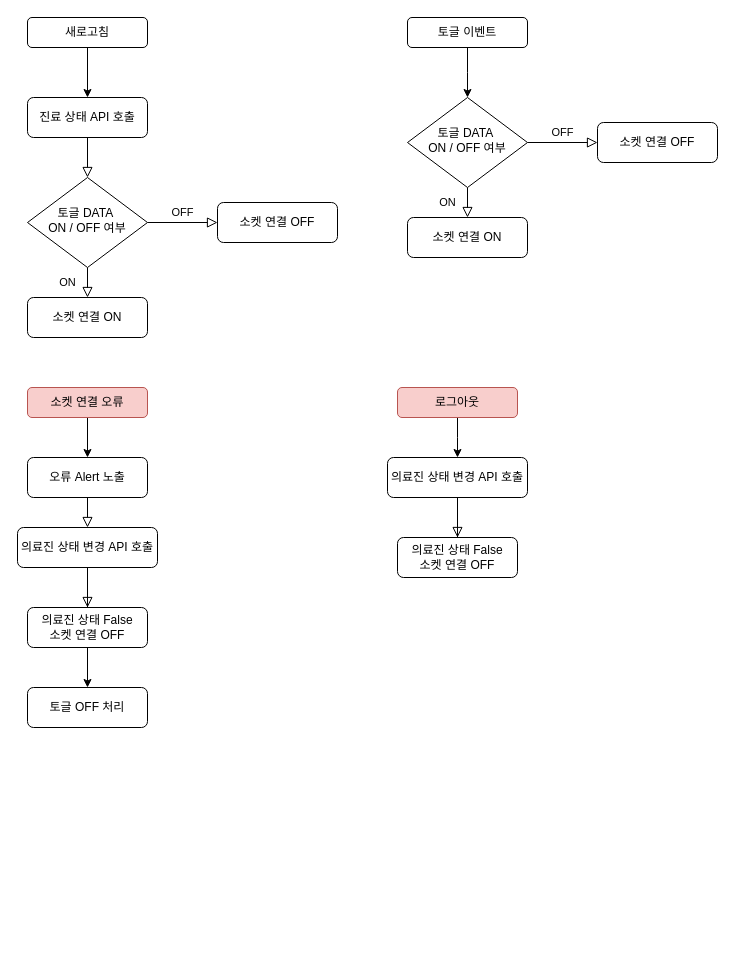
Above: Untitled Diagram.drawio in jazzIron/diagrams-repo (draw.io), before the change. Source tidied: cells renumbered, new cells numbered last; positions are measured from the earlier drawing's top-left corner, leaving out a move shared by most shapes. Both pictures are drawn from the tidied source at 100%, with x=0, y=0 at pixel (17, 17).
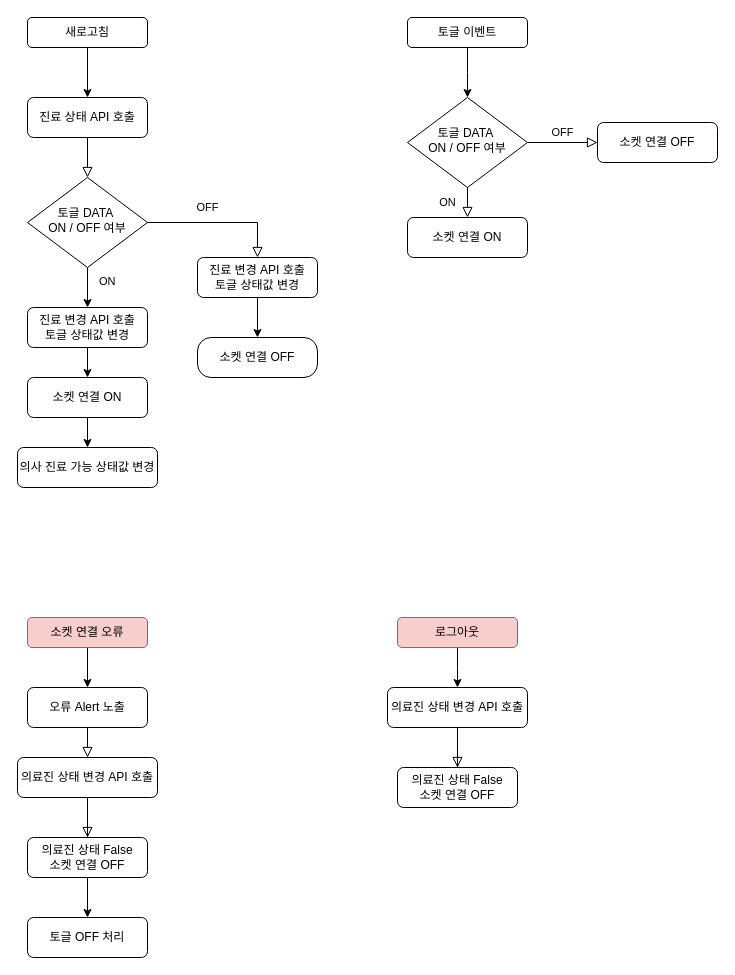
After the change.

Unchanged cells that the change refers to:
```xml
<mxCell id="6" value="토글 DATA&amp;nbsp;&lt;br&gt;ON / OFF 여부" style="rhombus;whiteSpace=wrap;html=1;shadow=0;fontFamily=Helvetica;fontSize=12;align=center;strokeWidth=1;spacing=6;spacingTop=-4;" parent="1" vertex="1">
  <mxGeometry x="10" y="160" width="120" height="90" as="geometry" />
</mxCell>
```

What changed in the source:
```diff
@@
-    <mxCell id="4" value="ON" style="rounded=0;html=1;jettySize=auto;fontSize=11;endArrow=block;endFill=0;endSize=8;strokeWidth=1;shadow=0;labelBackgroundColor=none;edgeStyle=orthogonalEdgeStyle;entryX=0.5;entryY=0;entryDx=0;entryDy=0;" parent="1" edge="1" source="6" target="8">
-      <mxGeometry y="20" relative="1" as="geometry" />
-    </mxCell>
-    <mxCell id="5" value="OFF" style="edgeStyle=orthogonalEdgeStyle;rounded=0;html=1;jettySize=auto;fontSize=11;endArrow=block;endFill=0;endSize=8;strokeWidth=1;shadow=0;labelBackgroundColor=none;" parent="1" edge="1" source="6" target="7">
-      <mxGeometry y="10" relative="1" as="geometry" />
+    <mxCell id="5" value="OFF" style="edgeStyle=orthogonalEdgeStyle;rounded=0;html=1;jettySize=auto;fontSize=11;endArrow=block;endFill=0;endSize=8;strokeWidth=1;shadow=0;labelBackgroundColor=none;entryX=0.5;entryY=0;entryDx=0;entryDy=0;" parent="1" edge="1" source="6" target="38">
+      <mxGeometry x="-0.17" y="15" relative="1" as="geometry" />
     </mxCell>
+    <mxCell id="32" style="edgeStyle=orthogonalEdgeStyle;rounded=0;jettySize=auto;html=1;" parent="1" edge="1" source="6" target="35">
+      <mxGeometry relative="1" as="geometry" />
+    </mxCell>
@@
-    <mxCell id="7" value="소켓 연결 OFF" style="rounded=1;whiteSpace=wrap;html=1;fontSize=12;glass=0;strokeWidth=1;shadow=0;" parent="1" vertex="1">
-      <mxGeometry x="200" y="185" width="120" height="40" as="geometry" />
+    <mxCell id="7" value="소켓 연결 OFF" style="rounded=1;whiteSpace=wrap;html=1;fontSize=12;glass=0;strokeWidth=1;shadow=0;arcSize=34;" parent="1" vertex="1">
+      <mxGeometry x="180" y="320" width="120" height="40" as="geometry" />
     </mxCell>
+    <mxCell id="33" style="edgeStyle=orthogonalEdgeStyle;rounded=0;jettySize=auto;html=1;" parent="1" edge="1" source="8" target="36">
+      <mxGeometry relative="1" as="geometry" />
+    </mxCell>
     <mxCell id="8" value="소켓 연결 ON" style="rounded=1;whiteSpace=wrap;html=1;fontSize=12;glass=0;strokeWidth=1;shadow=0;" parent="1" vertex="1">
-      <mxGeometry x="10" y="280" width="120" height="40" as="geometry" />
+      <mxGeometry x="10" y="360" width="120" height="40" as="geometry" />
     </mxCell>
@@
     <mxCell id="18" value="오류 Alert 노출" style="rounded=1;whiteSpace=wrap;html=1;fontSize=12;glass=0;strokeWidth=1;shadow=0;" parent="1" vertex="1">
-      <mxGeometry x="10" y="440" width="120" height="40" as="geometry" />
+      <mxGeometry x="10" y="670" width="120" height="40" as="geometry" />
     </mxCell>
@@
     <mxCell id="20" style="edgeStyle=orthogonalEdgeStyle;rounded=0;html=1;jettySize=auto;fontSize=11;endArrow=block;endFill=0;endSize=8;strokeWidth=1;shadow=0;labelBackgroundColor=none;" parent="1" edge="1" target="22">
       <mxGeometry y="10" relative="1" as="geometry">
-        <mxPoint x="70" y="590" as="sourcePoint" />
+        <mxPoint x="70" y="820" as="sourcePoint" />
         <Array as="points">
-          <mxPoint x="70" y="550" />
-          <mxPoint x="70" y="550" />
+          <mxPoint x="70" y="780" />
+          <mxPoint x="70" y="780" />
         </Array>
       </mxGeometry>
     </mxCell>
@@
     <mxCell id="22" value="의료진 상태 False&lt;br&gt;소켓 연결 OFF" style="rounded=1;whiteSpace=wrap;html=1;fontSize=12;glass=0;strokeWidth=1;shadow=0;" parent="1" vertex="1">
-      <mxGeometry x="10" y="590" width="120" height="40" as="geometry" />
+      <mxGeometry x="10" y="820" width="120" height="40" as="geometry" />
     </mxCell>
     <mxCell id="23" value="의료진 상태 변경 API 호출" style="rounded=1;whiteSpace=wrap;html=1;fontSize=12;glass=0;strokeWidth=1;shadow=0;" parent="1" vertex="1">
-      <mxGeometry y="510" width="140" height="40" as="geometry" />
+      <mxGeometry y="740" width="140" height="40" as="geometry" />
     </mxCell>
@@
     <mxCell id="25" value="소켓 연결 오류" style="rounded=1;whiteSpace=wrap;html=1;fontSize=12;glass=0;strokeWidth=1;shadow=0;fillColor=#f8cecc;strokeColor=#b85450;" parent="1" vertex="1">
-      <mxGeometry x="10" y="370" width="120" height="30" as="geometry" />
+      <mxGeometry x="10" y="600" width="120" height="30" as="geometry" />
     </mxCell>
     <mxCell id="26" value="토글 OFF 처리" style="rounded=1;whiteSpace=wrap;html=1;fontSize=12;glass=0;strokeWidth=1;shadow=0;" parent="1" vertex="1">
-      <mxGeometry x="10" y="670" width="120" height="40" as="geometry" />
+      <mxGeometry x="10" y="900" width="120" height="40" as="geometry" />
     </mxCell>
     <mxCell id="27" style="edgeStyle=orthogonalEdgeStyle;rounded=0;html=1;jettySize=auto;fontSize=11;endArrow=block;endFill=0;endSize=8;strokeWidth=1;shadow=0;labelBackgroundColor=none;" parent="1" edge="1" target="28">
       <mxGeometry y="10" relative="1" as="geometry">
-        <mxPoint x="440" y="520" as="sourcePoint" />
+        <mxPoint x="440" y="750" as="sourcePoint" />
         <Array as="points">
-          <mxPoint x="440" y="480" />
-          <mxPoint x="440" y="480" />
+          <mxPoint x="440" y="710" />
+          <mxPoint x="440" y="710" />
         </Array>
       </mxGeometry>
     </mxCell>
     <mxCell id="28" value="의료진 상태 False&lt;br&gt;소켓 연결 OFF" style="rounded=1;whiteSpace=wrap;html=1;fontSize=12;glass=0;strokeWidth=1;shadow=0;" parent="1" vertex="1">
-      <mxGeometry x="380" y="520" width="120" height="40" as="geometry" />
+      <mxGeometry x="380" y="750" width="120" height="40" as="geometry" />
     </mxCell>
     <mxCell id="29" value="의료진 상태 변경 API 호출" style="rounded=1;whiteSpace=wrap;html=1;fontSize=12;glass=0;strokeWidth=1;shadow=0;" parent="1" vertex="1">
-      <mxGeometry x="370" y="440" width="140" height="40" as="geometry" />
+      <mxGeometry x="370" y="670" width="140" height="40" as="geometry" />
     </mxCell>
     <mxCell id="30" style="edgeStyle=orthogonalEdgeStyle;rounded=0;jettySize=auto;html=1;entryX=0.5;entryY=0;entryDx=0;entryDy=0;" parent="1" edge="1" source="31">
       <mxGeometry relative="1" as="geometry">
-        <mxPoint x="440" y="440" as="targetPoint" />
+        <mxPoint x="440" y="670" as="targetPoint" />
       </mxGeometry>
     </mxCell>
     <mxCell id="31" value="로그아웃" style="rounded=1;whiteSpace=wrap;html=1;fontSize=12;glass=0;strokeWidth=1;shadow=0;fillColor=#f8cecc;strokeColor=#b85450;" parent="1" vertex="1">
-      <mxGeometry x="380" y="370" width="120" height="30" as="geometry" />
+      <mxGeometry x="380" y="600" width="120" height="30" as="geometry" />
     </mxCell>
+    <mxCell id="34" style="edgeStyle=orthogonalEdgeStyle;rounded=0;jettySize=auto;html=1;" parent="1" edge="1" source="35" target="8">
+      <mxGeometry relative="1" as="geometry" />
+    </mxCell>
+    <mxCell id="35" value="진료 변경 API 호출&lt;br&gt;토글 상태값 변경" style="rounded=1;whiteSpace=wrap;html=1;fontSize=12;glass=0;strokeWidth=1;shadow=0;" parent="1" vertex="1">
+      <mxGeometry x="10" y="290" width="120" height="40" as="geometry" />
+    </mxCell>
+    <mxCell id="36" value="의사 진료 가능 상태값 변경" style="rounded=1;whiteSpace=wrap;html=1;fontSize=12;glass=0;strokeWidth=1;shadow=0;" parent="1" vertex="1">
+      <mxGeometry y="430" width="140" height="40" as="geometry" />
+    </mxCell>
+    <mxCell id="37" style="edgeStyle=orthogonalEdgeStyle;rounded=0;jettySize=auto;html=1;" parent="1" edge="1" source="38" target="7">
+      <mxGeometry relative="1" as="geometry" />
+    </mxCell>
+    <mxCell id="38" value="진료 변경 API 호출&lt;br&gt;토글 상태값 변경" style="rounded=1;whiteSpace=wrap;html=1;fontSize=12;glass=0;strokeWidth=1;shadow=0;" parent="1" vertex="1">
+      <mxGeometry x="180" y="240" width="120" height="40" as="geometry" />
+    </mxCell>
+    <mxCell id="4" value="&lt;div style=&quot;text-align: center&quot;&gt;&lt;span style=&quot;font-size: 11px&quot;&gt;&lt;font face=&quot;helvetica&quot;&gt;ON&lt;/font&gt;&lt;/span&gt;&lt;/div&gt;" style="text;whiteSpace=wrap;html=1;" parent="1" vertex="1">
+      <mxGeometry x="80" y="250" width="30" height="30" as="geometry" />
+    </mxCell>
```
